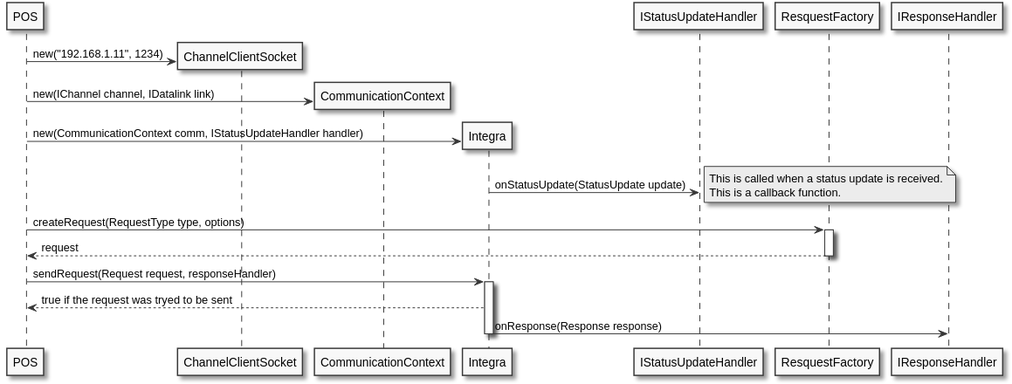
Above: source/images/example.svg in Lzgpom/integra-slate (PlantUML), before the change.
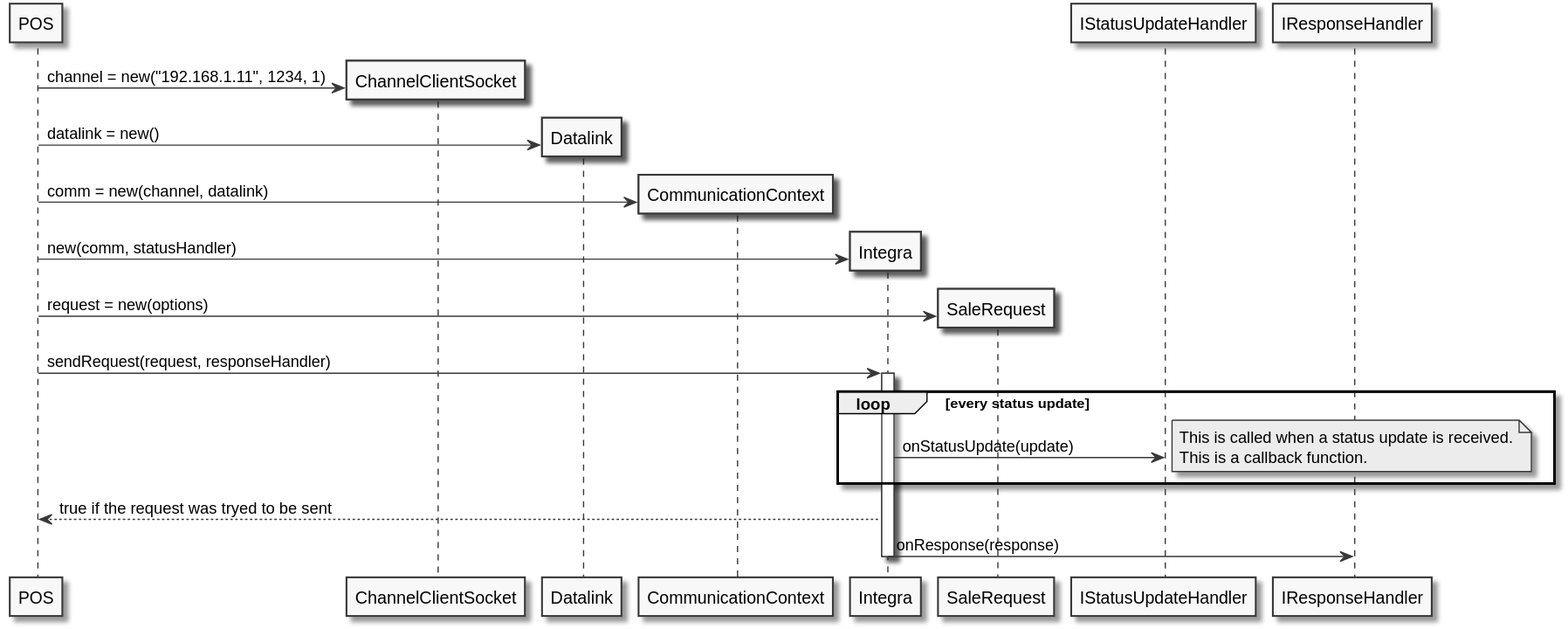
Later version of the same file.

The edit, as a diff of the source:
```diff
@@ -4,27 +4,34 @@
 create POS
 
 create ChannelClientSocket
-POS -> ChannelClientSocket: new("192.168.1.11", 1234)
+POS -> ChannelClientSocket: channel = new("192.168.1.11", 1234, 1)
+
+create Datalink
+POS -> Datalink: datalink = new()
 
 create CommunicationContext
-POS -> CommunicationContext : new(IChannel channel, IDatalink link)
+POS -> CommunicationContext : comm = new(channel, datalink)
 
 create Integra
-POS -> Integra : new(CommunicationContext comm, IStatusUpdateHandler handler)
+POS -> Integra : new(comm, statusHandler)
 
-Integra -> IStatusUpdateHandler: onStatusUpdate(StatusUpdate update)
+create SaleRequest
+POS -> SaleRequest : request = new(options)
+
+POS -> Integra : sendRequest(request, responseHandler)
+
+activate Integra
+loop every status update
+Integra -> IStatusUpdateHandler: onStatusUpdate(update)
 note right
   This is called when a status update is received.
   This is a callback function.
 end note
 
-POS -> ResquestFactory ++ : createRequest(RequestType type, options)
-return request
-
-POS -> Integra ++ : sendRequest(Request request, responseHandler)
+end
 
 Integra --> POS : true if the request was tryed to be sent
-Integra -> IResponseHandler : onResponse(Response response)
+Integra -> IResponseHandler : onResponse(response)
 
 deactivate Integra
 
```
